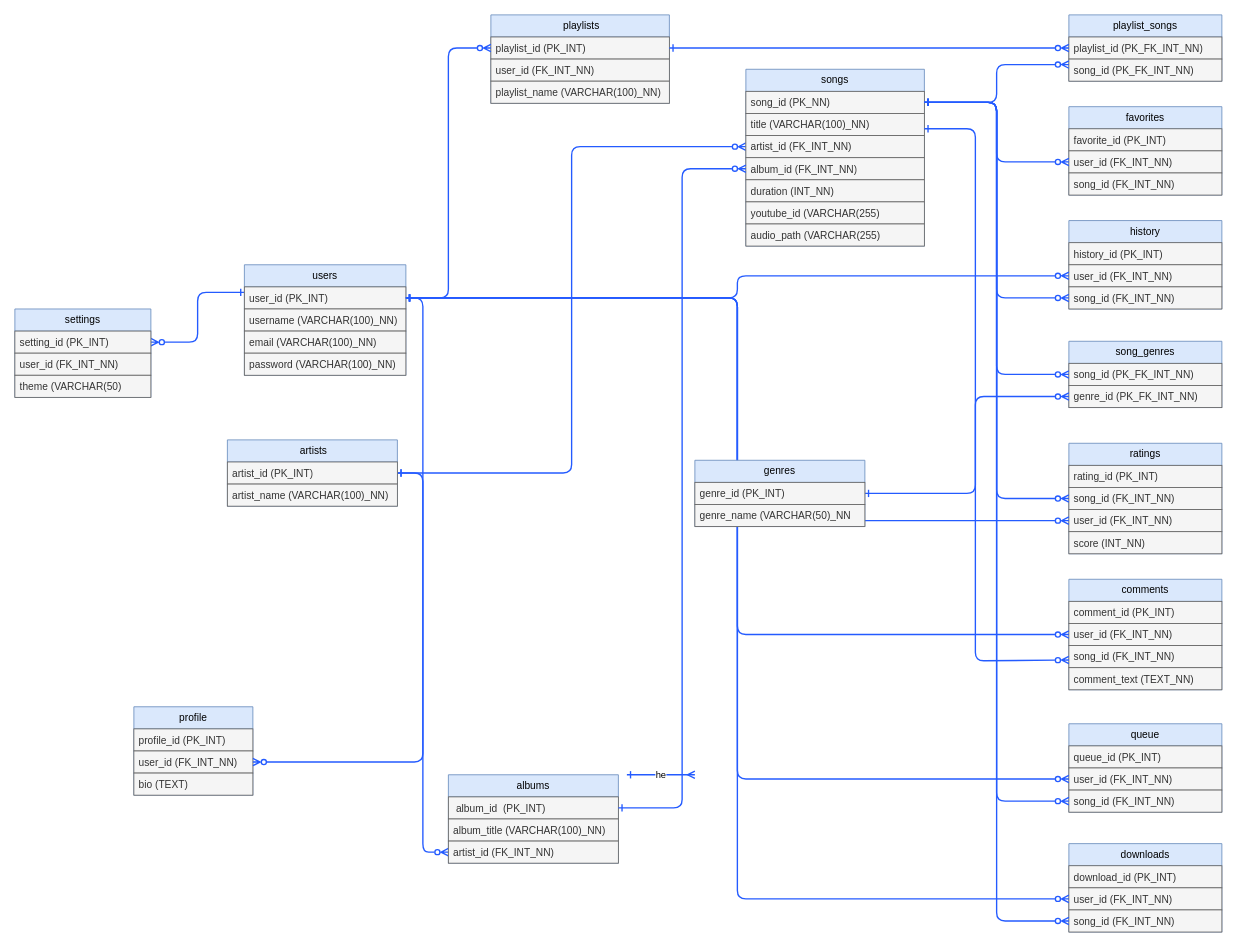
The draw.io diagram soundsync.drawio in peraltaisaiahjaireh-maker/SYSTEM.SIAxDBMS_GROUP5, before the edit. Source tidied: cells renumbered, new cells numbered last; positions are measured from the earlier drawing's top-left corner, leaving out a move shared by most shapes. Both pictures are drawn from the tidied source at 85%, with x=0, y=0 at pixel (14, 14).
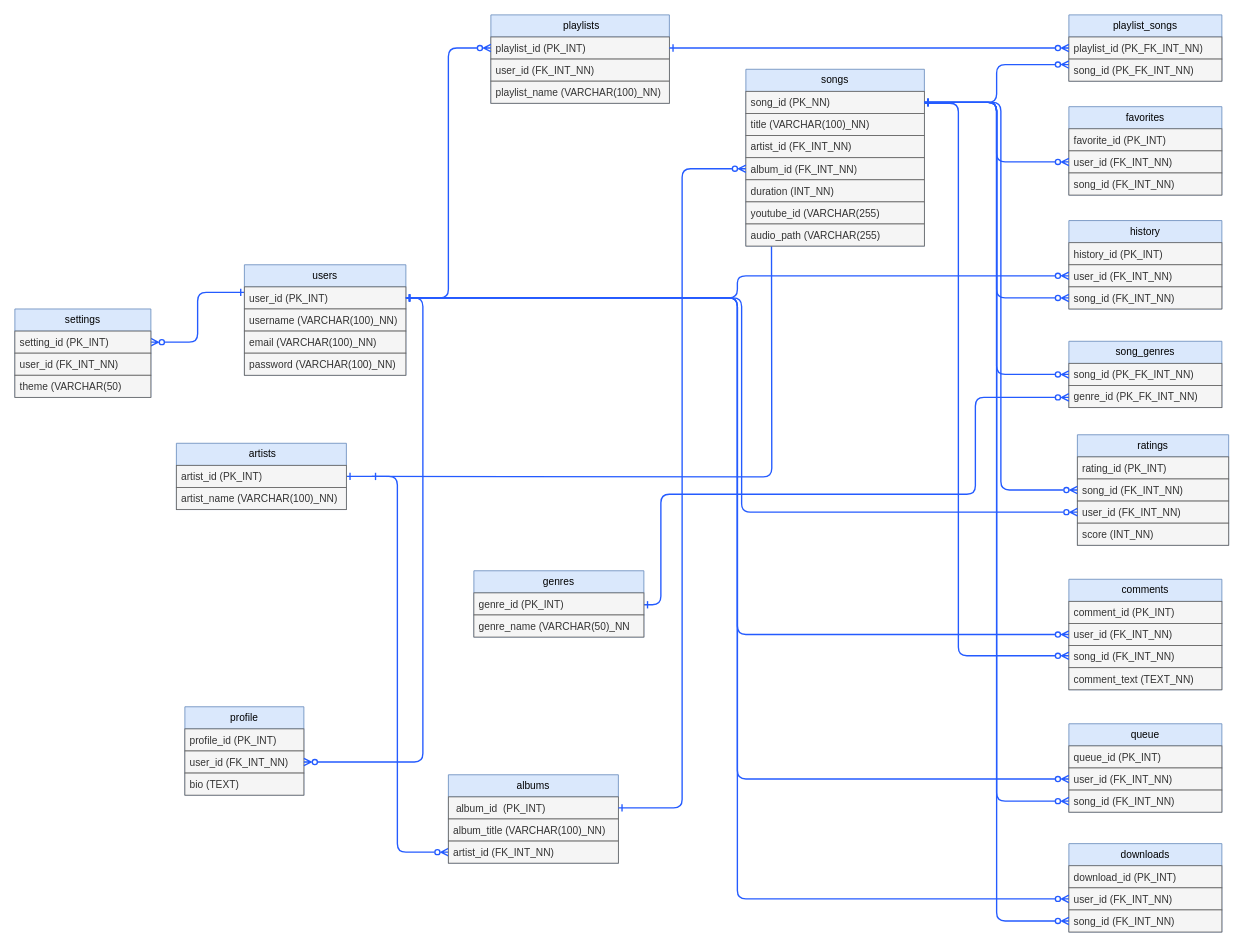
After the change.

Commit message (it also covers changes not shown here):
feat: upadates are made on front and back end and also the flowchart

The change refers to these unchanged cells:
```xml
<mxCell id="20" value="&lt;span style=&quot;color: rgb(51, 51, 51);&quot;&gt;artist_id (FK_INT_NN)&lt;/span&gt;" style="text;strokeColor=#666666;fillColor=#f5f5f5;align=left;verticalAlign=top;spacingLeft=4;spacingRight=4;overflow=hidden;points=[[0,0.5],[1,0.5]];portConstraint=eastwest;whiteSpace=wrap;html=1;fontColor=#333333;" parent="17" vertex="1">
  <mxGeometry y="78" width="210" height="26" as="geometry" />
</mxCell>
<mxCell id="42" value="&lt;div&gt;&lt;font color=&quot;#333333&quot;&gt;genre_id&lt;/font&gt;&lt;span style=&quot;color: rgb(51, 51, 51); background-color: transparent;&quot;&gt; &lt;/span&gt;&lt;span style=&quot;color: rgb(51, 51, 51); background-color: transparent;&quot;&gt;(PK_FK_INT_NN)&lt;/span&gt;&lt;/div&gt;" style="text;strokeColor=#666666;fillColor=#f5f5f5;align=left;verticalAlign=top;spacingLeft=4;spacingRight=4;overflow=hidden;points=[[0,0.5],[1,0.5]];portConstraint=eastwest;whiteSpace=wrap;html=1;fontColor=#333333;" parent="40" vertex="1">
  <mxGeometry y="52" width="180" height="26" as="geometry" />
</mxCell>
<mxCell id="51" value="song_id&lt;span style=&quot;color: rgb(51, 51, 51);&quot;&gt; &lt;/span&gt;&lt;span style=&quot;scrollbar-color: rgba(168, 169, 170, 0.52) rgb(18, 19, 20); color: rgb(51, 51, 51);&quot;&gt;(FK_INT_NN)&lt;/span&gt;" style="text;strokeColor=#666666;fillColor=#f5f5f5;align=left;verticalAlign=top;spacingLeft=4;spacingRight=4;overflow=hidden;points=[[0,0.5],[1,0.5]];portConstraint=eastwest;whiteSpace=wrap;html=1;fontColor=#333333;" parent="48" vertex="1">
  <mxGeometry y="78" width="180" height="26" as="geometry" />
</mxCell>
```

What changed in the source:
```diff
@@
-    <mxCell id="8" style="edgeStyle=orthogonalEdgeStyle;shape=connector;rounded=1;html=1;exitX=1;exitY=0.5;exitDx=0;exitDy=0;entryX=0;entryY=0.5;entryDx=0;entryDy=0;strokeColor=#245BFF;strokeWidth=1.6;align=center;verticalAlign=middle;fontFamily=Helvetica;fontSize=11;fontColor=default;labelBackgroundColor=default;startArrow=ERone;startFill=0;endArrow=ERzeroToMany;endFill=0;curved=0;jumpStyle=none;flowAnimation=0;" parent="1" edge="1" source="10" target="20">
-      <mxGeometry relative="1" as="geometry" />
+    <mxCell id="8" style="edgeStyle=orthogonalEdgeStyle;shape=connector;rounded=1;html=1;exitX=1;exitY=0.5;exitDx=0;exitDy=0;entryX=0;entryY=0.5;entryDx=0;entryDy=0;strokeColor=#245BFF;strokeWidth=1.6;align=center;verticalAlign=middle;fontFamily=Helvetica;fontSize=11;fontColor=default;labelBackgroundColor=default;startArrow=ERone;startFill=0;endArrow=ERzeroToMany;endFill=0;curved=0;jumpStyle=none;flowAnimation=0;" parent="1" edge="1">
+      <mxGeometry relative="1" as="geometry">
+        <mxPoint x="420" y="543" as="sourcePoint" />
+        <mxPoint x="890" y="155" as="targetPoint" />
+      </mxGeometry>
     </mxCell>
@@
     <mxCell id="10" value="&amp;nbsp;artists" style="swimlane;fontStyle=0;horizontal=1;startSize=26;fillColor=#dae8fc;whiteSpace=wrap;html=1;strokeColor=#6c8ebf;" parent="1" vertex="1">
-      <mxGeometry x="250" y="500" width="200" height="78" as="geometry" />
+      <mxGeometry x="190" y="504" width="200" height="78" as="geometry" />
     </mxCell>
@@
     <mxCell id="43" value="ratings" style="swimlane;fontStyle=0;horizontal=1;startSize=26;fillColor=#dae8fc;whiteSpace=wrap;html=1;strokeColor=#6c8ebf;" parent="1" vertex="1">
-      <mxGeometry x="1240" y="504" width="180" height="130" as="geometry" />
+      <mxGeometry x="1250" y="494" width="178" height="130" as="geometry" />
     </mxCell>
     <mxCell id="44" value="rating_id (PK_INT)" style="text;strokeColor=#666666;fillColor=#f5f5f5;align=left;verticalAlign=top;spacingLeft=4;spacingRight=4;overflow=hidden;whiteSpace=wrap;html=1;fontColor=#333333;" parent="43" vertex="1">
-      <mxGeometry y="26" width="180" height="26" as="geometry" />
+      <mxGeometry y="26" width="178" height="26" as="geometry" />
     </mxCell>
     <mxCell id="45" value="song_id&amp;nbsp;&lt;span style=&quot;color: rgb(51, 51, 51);&quot;&gt;(FK_INT_NN)&lt;/span&gt;" style="text;strokeColor=#666666;fillColor=#f5f5f5;align=left;verticalAlign=top;spacingLeft=4;spacingRight=4;overflow=hidden;points=[[0,0.5],[1,0.5]];portConstraint=eastwest;whiteSpace=wrap;html=1;fontColor=#333333;" parent="43" vertex="1">
-      <mxGeometry y="52" width="180" height="26" as="geometry" />
+      <mxGeometry y="52" width="178" height="26" as="geometry" />
     </mxCell>
     <mxCell id="46" value="user_id&amp;nbsp;&lt;span style=&quot;color: rgb(51, 51, 51);&quot;&gt;(FK_INT_NN)&lt;/span&gt;" style="text;strokeColor=#666666;fillColor=#f5f5f5;align=left;verticalAlign=top;spacingLeft=4;spacingRight=4;overflow=hidden;points=[[0,0.5],[1,0.5]];portConstraint=eastwest;whiteSpace=wrap;html=1;fontColor=#333333;" parent="43" vertex="1">
-      <mxGeometry y="78" width="180" height="26" as="geometry" />
+      <mxGeometry y="78" width="178" height="26" as="geometry" />
     </mxCell>
     <mxCell id="47" value="score (INT_NN)" style="text;strokeColor=#666666;fillColor=#f5f5f5;align=left;verticalAlign=top;spacingLeft=4;spacingRight=4;overflow=hidden;whiteSpace=wrap;html=1;fontColor=#333333;" parent="43" vertex="1">
-      <mxGeometry y="104" width="180" height="26" as="geometry" />
+      <mxGeometry y="104" width="178" height="26" as="geometry" />
     </mxCell>
@@
     <mxCell id="65" value="profile" style="swimlane;fontStyle=0;horizontal=1;startSize=26;fillColor=#dae8fc;whiteSpace=wrap;html=1;strokeColor=#6c8ebf;" parent="1" vertex="1">
-      <mxGeometry x="140" y="814" width="140" height="104" as="geometry" />
+      <mxGeometry x="200" y="814" width="140" height="104" as="geometry" />
     </mxCell>
@@
-    <mxCell id="76" style="edgeStyle=orthogonalEdgeStyle;shape=connector;rounded=1;html=1;exitX=1;exitY=0.5;exitDx=0;exitDy=0;entryX=0;entryY=0.5;entryDx=0;entryDy=0;strokeColor=#245BFF;strokeWidth=1.6;align=center;verticalAlign=middle;fontFamily=Helvetica;fontSize=11;fontColor=default;labelBackgroundColor=default;startArrow=ERone;startFill=0;endArrow=ERzeroToMany;endFill=0;" parent="1" edge="1">
+    <mxCell id="76" style="edgeStyle=orthogonalEdgeStyle;shape=connector;rounded=1;html=1;strokeColor=#245BFF;strokeWidth=1.6;align=center;verticalAlign=middle;fontFamily=Helvetica;fontSize=11;fontColor=default;labelBackgroundColor=default;startArrow=ERone;startFill=0;endArrow=ERzeroToMany;endFill=0;" parent="1" edge="1" target="51">
       <mxGeometry x="-0.17" relative="1" as="geometry">
-        <mxPoint x="1070" y="134" as="sourcePoint" />
-        <mxPoint x="1240" y="759" as="targetPoint" />
+        <mxPoint x="1070" y="104" as="sourcePoint" />
         <Array as="points">
-          <mxPoint x="1130" y="134" />
-          <mxPoint x="1130" y="760" />
+          <mxPoint x="1110" y="104" />
+          <mxPoint x="1110" y="754" />
         </Array>
       </mxGeometry>
     </mxCell>
@@
-    <mxCell id="86" style="edgeStyle=orthogonalEdgeStyle;shape=connector;rounded=1;html=1;exitX=1;exitY=0.5;exitDx=0;exitDy=0;entryX=0;entryY=0.5;entryDx=0;entryDy=0;strokeColor=#245BFF;strokeWidth=1.6;align=center;verticalAlign=middle;fontFamily=Helvetica;fontSize=11;fontColor=default;labelBackgroundColor=default;startArrow=ERone;startFill=0;endArrow=ERzeroToMany;endFill=0;" parent="1" edge="1" source="87" target="42">
+    <mxCell id="86" style="edgeStyle=orthogonalEdgeStyle;shape=connector;rounded=1;html=1;exitX=1;exitY=0.5;exitDx=0;exitDy=0;entryX=0;entryY=0.5;entryDx=0;entryDy=0;strokeColor=#245BFF;strokeWidth=1.6;align=center;verticalAlign=middle;fontFamily=Helvetica;fontSize=11;fontColor=default;labelBackgroundColor=default;startArrow=ERone;startFill=0;endArrow=ERzeroToMany;endFill=0;" parent="1" edge="1">
       <mxGeometry relative="1" as="geometry">
+        <mxPoint x="740" y="694" as="sourcePoint" />
+        <mxPoint x="1240" y="450" as="targetPoint" />
         <Array as="points">
-          <mxPoint x="1130" y="563" />
-          <mxPoint x="1130" y="449" />
+          <mxPoint x="760" y="694" />
+          <mxPoint x="760" y="564" />
+          <mxPoint x="1130" y="564" />
+          <mxPoint x="1130" y="450" />
         </Array>
       </mxGeometry>
     </mxCell>
     <mxCell id="87" value="genres" style="swimlane;fontStyle=0;horizontal=1;startSize=26;fillColor=#dae8fc;whiteSpace=wrap;html=1;strokeColor=#6c8ebf;" parent="1" vertex="1">
-      <mxGeometry x="800" y="524" width="200" height="78" as="geometry" />
+      <mxGeometry x="540" y="654" width="200" height="78" as="geometry" />
     </mxCell>
@@
-    <mxCell id="90" value="he" style="edgeStyle=none;orthogonalLoop=1;jettySize=auto;html=1;rounded=1;strokeColor=#245BFF;strokeWidth=1.6;align=center;verticalAlign=middle;fontFamily=Helvetica;fontSize=11;fontColor=default;labelBackgroundColor=default;startArrow=ERone;startFill=0;endArrow=ERmany;endFill=0;" parent="1" edge="1">
-      <mxGeometry relative="1" as="geometry">
-        <mxPoint x="720" y="894" as="sourcePoint" />
-        <mxPoint x="800" y="894" as="targetPoint" />
-      </mxGeometry>
-    </mxCell>
```
